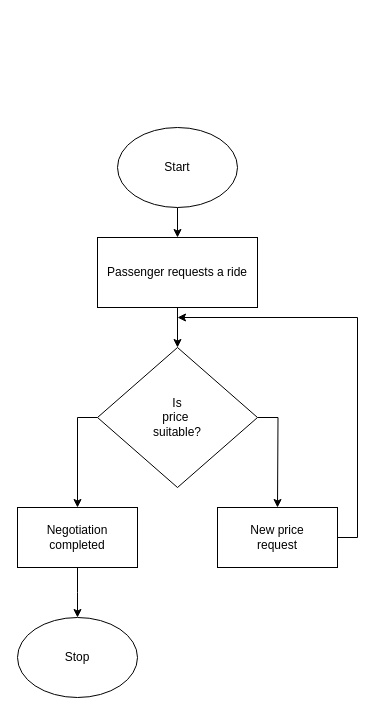
Before: figures/flow chart of rider.drawio in mallaji/drawio, a draw.io diagram. Source tidied: cells renumbered, new cells numbered last; positions are measured from the earlier drawing's top-left corner, leaving out a move shared by most shapes. Both pictures are drawn from the tidied source at 100%, with x=0, y=0 at pixel (17, 127).
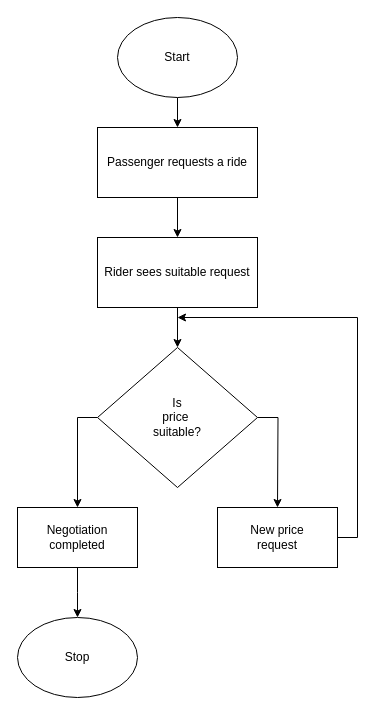
The same page after the edit.

What changed in the source:
```diff
@@
 <mxGraphModel>
   <root>
     <mxCell id="0" />
     <mxCell id="1" parent="0" />
-    <mxCell id="2" style="edgeStyle=orthogonalEdgeStyle;rounded=0;jettySize=auto;html=1;entryX=0.5;entryY=0;entryDx=0;entryDy=0;" parent="1" edge="1" source="3" target="5">
-      <mxGeometry relative="1" as="geometry" />
-    </mxCell>
+    <mxCell id="14" style="edgeStyle=orthogonalEdgeStyle;rounded=0;jettySize=auto;html=1;entryX=0.5;entryY=0;entryDx=0;entryDy=0;" parent="1" edge="1" source="3" target="16">
+      <mxGeometry relative="1" as="geometry" />
+    </mxCell>
     <mxCell id="3" value="Start" style="ellipse;whiteSpace=wrap;html=1;" parent="1" vertex="1">
-      <mxGeometry x="100" width="120" height="80" as="geometry" />
+      <mxGeometry x="100" y="-110" width="120" height="80" as="geometry" />
     </mxCell>
     <mxCell id="4" style="edgeStyle=orthogonalEdgeStyle;rounded=0;jettySize=auto;html=1;entryX=0.5;entryY=0;entryDx=0;entryDy=0;" parent="1" edge="1" source="5" target="8">
       <mxGeometry relative="1" as="geometry" />
     </mxCell>
-    <mxCell id="5" value="Passenger requests a ride" style="rounded=0;whiteSpace=wrap;html=1;" parent="1" vertex="1">
+    <mxCell id="5" value="Rider sees suitable request" style="rounded=0;whiteSpace=wrap;html=1;" parent="1" vertex="1">
       <mxGeometry x="80" y="110" width="160" height="70" as="geometry" />
     </mxCell>
     <mxCell id="6" style="edgeStyle=orthogonalEdgeStyle;rounded=0;jettySize=auto;html=1;" parent="1" edge="1" source="8">
       <mxGeometry relative="1" as="geometry">
         <mxPoint x="260" y="380" as="targetPoint" />
       </mxGeometry>
     </mxCell>
     <mxCell id="7" style="edgeStyle=orthogonalEdgeStyle;rounded=0;jettySize=auto;html=1;" parent="1" edge="1" source="8">
       <mxGeometry relative="1" as="geometry">
         <mxPoint x="60" y="380" as="targetPoint" />
       </mxGeometry>
     </mxCell>
     <mxCell id="8" value="Is&lt;br&gt;price&amp;nbsp;&lt;br&gt;suitable?" style="rhombus;whiteSpace=wrap;html=1;" parent="1" vertex="1">
       <mxGeometry x="80" y="220" width="160" height="140" as="geometry" />
     </mxCell>
     <mxCell id="9" style="edgeStyle=orthogonalEdgeStyle;rounded=0;jettySize=auto;html=1;" parent="1" edge="1" source="10">
       <mxGeometry relative="1" as="geometry">
         <mxPoint x="60" y="490" as="targetPoint" />
       </mxGeometry>
     </mxCell>
     <mxCell id="10" value="Negotiation&lt;br&gt;completed" style="rounded=0;whiteSpace=wrap;html=1;" parent="1" vertex="1">
       <mxGeometry y="380" width="120" height="60" as="geometry" />
     </mxCell>
     <mxCell id="11" style="edgeStyle=orthogonalEdgeStyle;rounded=0;jettySize=auto;html=1;" parent="1" edge="1" source="12">
       <mxGeometry relative="1" as="geometry">
         <mxPoint x="160" y="190" as="targetPoint" />
         <Array as="points">
           <mxPoint x="340" y="410" />
           <mxPoint x="340" y="190" />
         </Array>
       </mxGeometry>
     </mxCell>
     <mxCell id="12" value="New price&lt;br&gt;request" style="rounded=0;whiteSpace=wrap;html=1;" parent="1" vertex="1">
       <mxGeometry x="200" y="380" width="120" height="60" as="geometry" />
     </mxCell>
     <mxCell id="13" value="Stop" style="ellipse;whiteSpace=wrap;html=1;" parent="1" vertex="1">
       <mxGeometry y="490" width="120" height="80" as="geometry" />
     </mxCell>
+    <mxCell id="15" style="edgeStyle=orthogonalEdgeStyle;rounded=0;jettySize=auto;html=1;" parent="1" edge="1" source="16" target="5">
+      <mxGeometry relative="1" as="geometry" />
+    </mxCell>
+    <mxCell id="16" value="Passenger requests a ride" style="rounded=0;whiteSpace=wrap;html=1;" parent="1" vertex="1">
+      <mxGeometry x="80" width="160" height="70" as="geometry" />
+    </mxCell>
   </root>
 </mxGraphModel>
```
